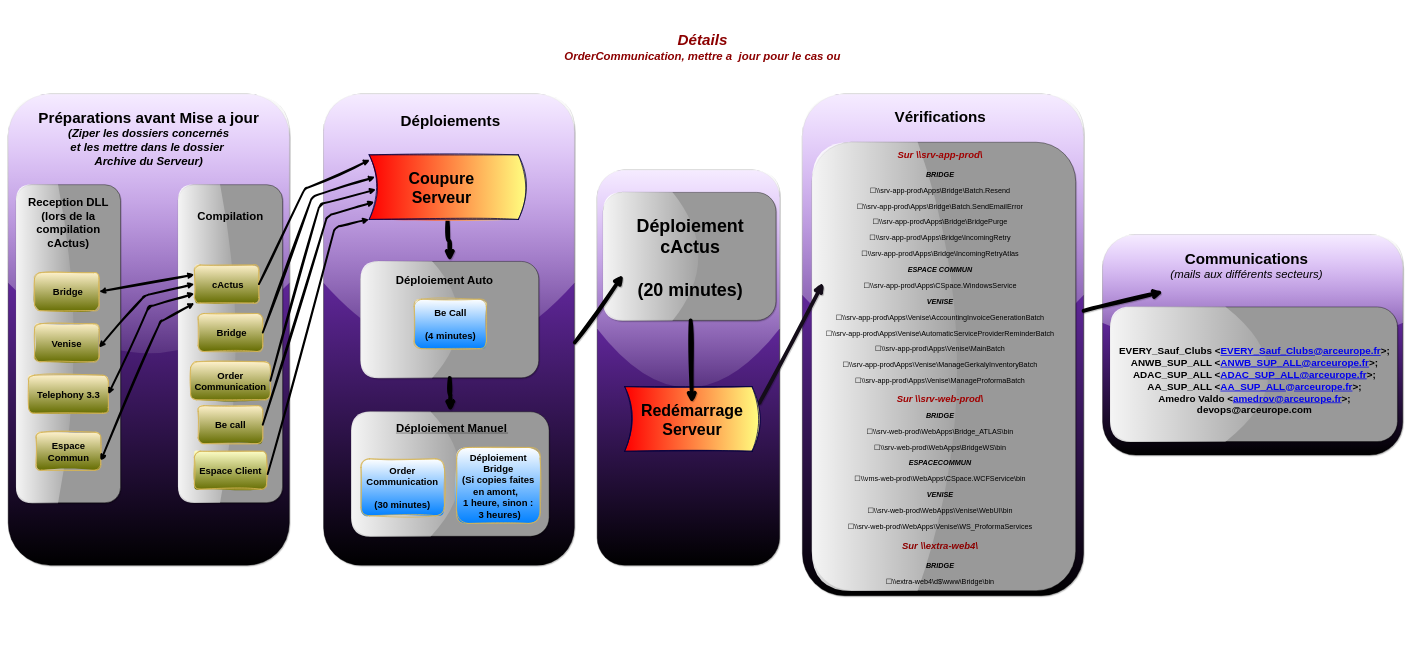
Above: Suivi MEP.drawio in MarcSyndrome/Objectif-du-jour-ARC-EF (draw.io), before the change. Source tidied: cells renumbered, new cells numbered last; positions are measured from the earlier drawing's top-left corner, leaving out a move shared by most shapes. Both pictures are drawn from the tidied source at 38%, with x=0, y=0 at pixel (-91, 6).
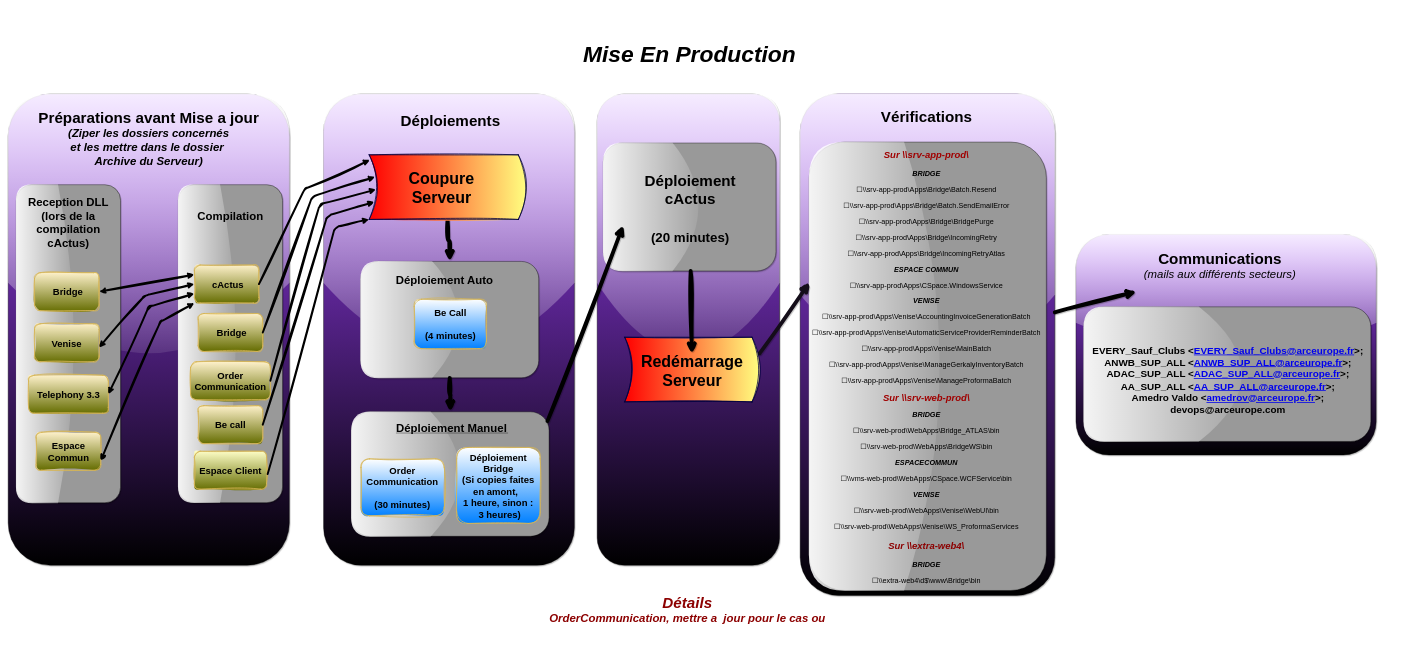
Above is the later version.

Commit message (it also covers changes not shown here):
Mettre à jour Suivi MEP.drawio

The change refers to these unchanged cells:
```xml
<mxCell id="4" style="rounded=1;whiteSpace=wrap;html=1;glass=1;shadow=1;fillColor=#9f40ff;fillStyle=auto;gradientColor=default;" parent="1" vertex="1">
  <mxGeometry x="1090" y="230" width="660" height="1240" as="geometry" />
</mxCell>
<mxCell id="6" style="rounded=1;whiteSpace=wrap;html=1;rotation=-90;fillColor=#999999;shadow=1;glass=1;" parent="1" vertex="1">
  <mxGeometry x="1259.7" y="970" width="327.5" height="520" as="geometry" />
</mxCell>
```

What changed in the source:
```diff
@@
     <mxCell id="2" style="rounded=1;whiteSpace=wrap;html=1;glass=1;shadow=1;fillColor=#9f40ff;fillStyle=auto;gradientColor=default;" parent="1" vertex="1">
-      <mxGeometry x="1810" y="430" width="480" height="1040" as="geometry" />
+      <mxGeometry x="1810" y="230" width="480" height="1240" as="geometry" />
     </mxCell>
     <mxCell id="3" style="rounded=1;whiteSpace=wrap;html=1;glass=1;shadow=1;fillColor=#9f40ff;fillStyle=auto;gradientColor=default;" parent="1" vertex="1">
-      <mxGeometry x="3140" y="600" width="790" height="580" as="geometry" />
+      <mxGeometry x="3070" y="599.6" width="790" height="580" as="geometry" />
     </mxCell>
@@
     <mxCell id="37" style="rounded=1;whiteSpace=wrap;html=1;glass=1;shadow=1;fillColor=#9f40ff;fillStyle=auto;gradientColor=default;" parent="1" vertex="1">
-      <mxGeometry x="2350" y="230" width="740" height="1320" as="geometry" />
+      <mxGeometry x="2344.2" y="229.5" width="670" height="1320" as="geometry" />
     </mxCell>
     <mxCell id="38" value="&lt;div&gt;&lt;b&gt;&lt;font style=&quot;font-size: 40px;&quot;&gt;Vérifications&lt;/font&gt;&lt;/b&gt;&lt;/div&gt;" style="text;html=1;strokeColor=none;fillColor=none;align=center;verticalAlign=middle;whiteSpace=wrap;rounded=1;" parent="1" vertex="1">
-      <mxGeometry x="2528.8" y="220" width="367.5" height="140" as="geometry" />
+      <mxGeometry x="2492.9" y="219.5" width="367.5" height="140" as="geometry" />
     </mxCell>
     <mxCell id="39" style="rounded=1;whiteSpace=wrap;html=1;rotation=-90;fillColor=#999999;shadow=1;glass=1;" parent="1" vertex="1">
-      <mxGeometry x="2132.5" y="600" width="1180" height="693.7" as="geometry" />
+      <mxGeometry x="2090" y="634.3" width="1180" height="624.1" as="geometry" />
     </mxCell>
     <mxCell id="40" value="&lt;p align=&quot;center&quot; style=&quot;font-size: 25px;&quot;&gt;&lt;font color=&quot;#a00000&quot;&gt;&lt;b&gt;&lt;font style=&quot;font-size: 25px;&quot;&gt;&lt;i&gt;&lt;font style=&quot;font-size: 25px;&quot;&gt;Sur \\srv-app-prod\&lt;/font&gt;&lt;/i&gt;&lt;/font&gt;&lt;/b&gt;&lt;/font&gt;&lt;/p&gt;&lt;p align=&quot;center&quot; style=&quot;font-size: 19px;&quot;&gt;&lt;b&gt;&lt;font style=&quot;font-size: 19px;&quot;&gt;&lt;span lang=&quot;EN-GB&quot;&gt;&lt;i&gt;BRIDGE&lt;/i&gt;&lt;/span&gt;&lt;/font&gt;&lt;/b&gt;&lt;/p&gt;&lt;p align=&quot;center&quot; style=&quot;font-size: 19px;&quot;&gt;&lt;font style=&quot;font-size: 19px;&quot;&gt;&lt;font style=&quot;font-size: 19px;&quot;&gt;&lt;span lang=&quot;EN-GB&quot;&gt;&lt;span lang=&quot;FR&quot;&gt;☐&lt;/span&gt;&lt;/span&gt;&lt;a&gt;&lt;span lang=&quot;EN-GB&quot;&gt;\\srv-app-prod\Apps\Bridge\Batch.Resend&lt;/span&gt;&lt;/a&gt;&lt;/font&gt;&lt;/font&gt;&lt;/p&gt;&lt;p align=&quot;center&quot; style=&quot;font-size: 19px;&quot;&gt;&lt;font style=&quot;font-size: 19px;&quot;&gt;&lt;font style=&quot;font-size: 19px;&quot;&gt;&lt;span lang=&quot;EN-GB&quot;&gt;&lt;span lang=&quot;FR&quot;&gt;☐&lt;/span&gt;&lt;/span&gt;&lt;a&gt;&lt;span lang=&quot;EN-GB&quot;&gt;\\srv-app-prod\Apps\Bridge\Batch.SendEmailError&lt;/span&gt;&lt;/a&gt;&lt;/font&gt;&lt;/font&gt;&lt;/p&gt;&lt;p align=&quot;center&quot; style=&quot;font-size: 19px;&quot;&gt;&lt;font style=&quot;font-size: 19px;&quot;&gt;&lt;font style=&quot;font-size: 19px;&quot;&gt;&lt;span lang=&quot;EN-GB&quot;&gt;&lt;span lang=&quot;FR&quot;&gt;☐&lt;/span&gt;&lt;/span&gt;&lt;a&gt;&lt;span lang=&quot;EN-GB&quot;&gt;\\srv-app-prod\Apps\Bridge\BridgePurge&lt;/span&gt;&lt;/a&gt;&lt;/font&gt;&lt;/font&gt;&lt;/p&gt;&lt;p align=&quot;center&quot; style=&quot;font-size: 19px;&quot;&gt;&lt;font style=&quot;font-size: 19px;&quot;&gt;&lt;font style=&quot;font-size: 19px;&quot;&gt;&lt;span lang=&quot;EN-GB&quot;&gt;&lt;span lang=&quot;FR&quot;&gt;☐&lt;/span&gt;&lt;/span&gt;&lt;a&gt;&lt;span lang=&quot;EN-GB&quot;&gt;\\srv-app-prod\Apps\Bridge\IncomingRetry&lt;/span&gt;&lt;/a&gt;&lt;/font&gt;&lt;/font&gt;&lt;/p&gt;&lt;p align=&quot;center&quot; style=&quot;font-size: 19px;&quot;&gt;&lt;font style=&quot;font-size: 19px;&quot;&gt;&lt;font style=&quot;font-size: 19px;&quot;&gt;&lt;span lang=&quot;EN-GB&quot;&gt;&lt;span lang=&quot;FR&quot;&gt;☐&lt;/span&gt;&lt;/span&gt;&lt;a&gt;&lt;span lang=&quot;EN-GB&quot;&gt;\\srv-app-prod\Apps\Bridge\IncomingRetryAtlas&lt;/span&gt;&lt;/a&gt;&lt;/font&gt;&lt;/font&gt;&lt;/p&gt;&lt;p align=&quot;center&quot; style=&quot;font-size: 19px;&quot;&gt;&lt;b&gt;&lt;font style=&quot;font-size: 19px;&quot;&gt;&lt;font style=&quot;font-size: 19px;&quot;&gt;&lt;span lang=&quot;EN-GB&quot;&gt;&lt;i&gt;ESPACE COMMUN&lt;/i&gt;&lt;/span&gt;&lt;/font&gt;&lt;/font&gt;&lt;/b&gt;&lt;/p&gt;&lt;p align=&quot;center&quot; style=&quot;font-size: 19px;&quot;&gt;&lt;font style=&quot;font-size: 19px;&quot;&gt;&lt;font style=&quot;font-size: 19px;&quot;&gt;&lt;span lang=&quot;EN-GB&quot;&gt;&lt;span lang=&quot;FR&quot;&gt;☐&lt;/span&gt;&lt;/span&gt;&lt;a&gt;&lt;span lang=&quot;EN-GB&quot;&gt;\\srv-app-prod\Apps\CSpace.WindowsService&lt;/span&gt;&lt;/a&gt;&lt;/font&gt;&lt;/font&gt;&lt;/p&gt;&lt;p align=&quot;center&quot; style=&quot;font-size: 19px;&quot;&gt;&lt;font style=&quot;font-size: 19px;&quot;&gt;&lt;span lang=&quot;EN-GB&quot;&gt;&lt;i&gt;&lt;b&gt;VENISE&lt;/b&gt;&lt;/i&gt;&lt;/span&gt;&lt;/font&gt;&lt;/p&gt;&lt;p align=&quot;center&quot; style=&quot;font-size: 19px;&quot;&gt;&lt;font style=&quot;font-size: 19px;&quot;&gt;&lt;font style=&quot;font-size: 19px;&quot;&gt;&lt;span lang=&quot;EN-GB&quot;&gt;&lt;span lang=&quot;FR&quot;&gt;☐&lt;/span&gt;&lt;/span&gt;&lt;a&gt;&lt;span lang=&quot;EN-GB&quot;&gt;\\srv-app-prod\Apps\Venise\AccountingInvoiceGenerationBatch&lt;/span&gt;&lt;/a&gt;&lt;/font&gt;&lt;/font&gt;&lt;/p&gt;&lt;p align=&quot;center&quot; style=&quot;font-size: 19px;&quot;&gt;&lt;font style=&quot;font-size: 19px;&quot;&gt;&lt;font style=&quot;font-size: 19px;&quot;&gt;&lt;span lang=&quot;EN-GB&quot;&gt;&lt;span lang=&quot;FR&quot;&gt;☐&lt;/span&gt;&lt;/span&gt;&lt;a&gt;&lt;span lang=&quot;EN-GB&quot;&gt;\\srv-app-prod\Apps\Venise\AutomaticServiceProviderReminderBatch&lt;/span&gt;&lt;/a&gt;&lt;/font&gt;&lt;/font&gt;&lt;/p&gt;&lt;p align=&quot;center&quot; style=&quot;font-size: 19px;&quot;&gt;&lt;font style=&quot;font-size: 19px;&quot;&gt;&lt;font style=&quot;font-size: 19px;&quot;&gt;&lt;span lang=&quot;EN-GB&quot;&gt;&lt;span lang=&quot;FR&quot;&gt;☐&lt;/span&gt;&lt;/span&gt;&lt;a&gt;&lt;span lang=&quot;EN-GB&quot;&gt;\\srv-app-prod\Apps\Venise\MainBatch&lt;/span&gt;&lt;/a&gt;&lt;/font&gt;&lt;/font&gt;&lt;/p&gt;&lt;p align=&quot;center&quot; style=&quot;font-size: 19px;&quot;&gt;&lt;font style=&quot;font-size: 19px;&quot;&gt;&lt;font style=&quot;font-size: 19px;&quot;&gt;&lt;span lang=&quot;EN-GB&quot;&gt;&lt;span lang=&quot;FR&quot;&gt;☐&lt;/span&gt;&lt;/span&gt;&lt;a&gt;&lt;span lang=&quot;EN-GB&quot;&gt;\\srv-app-prod\Apps\Venise\ManageGerkalyInventoryBatch&lt;/span&gt;&lt;/a&gt;&lt;/font&gt;&lt;/font&gt;&lt;/p&gt;&lt;p align=&quot;center&quot; style=&quot;font-size: 19px;&quot;&gt;&lt;font style=&quot;font-size: 19px;&quot;&gt;&lt;font style=&quot;font-size: 19px;&quot;&gt;&lt;span lang=&quot;EN-GB&quot;&gt;&lt;span lang=&quot;FR&quot;&gt;☐&lt;/span&gt;&lt;/span&gt;&lt;a&gt;&lt;span lang=&quot;EN-GB&quot;&gt;\\srv-app-prod\Apps\Venise\ManageProformaBatch&lt;/span&gt;&lt;/a&gt;&lt;/font&gt;&lt;/font&gt;&lt;/p&gt;&lt;p align=&quot;center&quot; style=&quot;font-size: 19px;&quot;&gt;&lt;font color=&quot;#a00000&quot;&gt;&lt;b&gt;&lt;font size=&quot;1&quot;&gt;&lt;i&gt;&lt;font&gt;&lt;font&gt;&lt;span style=&quot;font-size: 25px;&quot; lang=&quot;EN-GB&quot;&gt;Sur \\srv-web-prod\&lt;/span&gt;&lt;/font&gt;&lt;/font&gt;&lt;/i&gt;&lt;/font&gt;&lt;/b&gt;&lt;/font&gt;&lt;/p&gt;&lt;p align=&quot;center&quot; style=&quot;font-size: 19px;&quot;&gt;&lt;font style=&quot;font-size: 19px;&quot;&gt;&lt;span lang=&quot;EN-GB&quot;&gt;&lt;i&gt;&lt;b&gt;BRIDGE&lt;/b&gt;&lt;/i&gt;&lt;/span&gt;&lt;/font&gt;&lt;/p&gt;&lt;p align=&quot;center&quot; style=&quot;font-size: 19px;&quot;&gt;&lt;font style=&quot;font-size: 19px;&quot;&gt;&lt;font style=&quot;font-size: 19px;&quot;&gt;&lt;span lang=&quot;EN-GB&quot;&gt;&lt;span lang=&quot;FR&quot;&gt;☐&lt;/span&gt;&lt;/span&gt;&lt;a&gt;&lt;span lang=&quot;EN-GB&quot;&gt;\\srv-web-prod\WebApps\Bridge_ATLAS\bin&lt;/span&gt;&lt;/a&gt;&lt;/font&gt;&lt;/font&gt;&lt;/p&gt;&lt;p align=&quot;center&quot; style=&quot;font-size: 19px;&quot;&gt;&lt;font style=&quot;font-size: 19px;&quot;&gt;&lt;font style=&quot;font-size: 19px;&quot;&gt;&lt;span lang=&quot;EN-GB&quot;&gt;&lt;span lang=&quot;FR&quot;&gt;☐&lt;/span&gt;&lt;/span&gt;&lt;a&gt;&lt;span lang=&quot;EN-GB&quot;&gt;\\srv-web-prod\WebApps\BridgeWS\bin&lt;/span&gt;&lt;/a&gt;&lt;/font&gt;&lt;/font&gt;&lt;/p&gt;&lt;p align=&quot;center&quot; style=&quot;font-size: 19px;&quot;&gt;&lt;b&gt;&lt;font style=&quot;font-size: 19px;&quot;&gt;&lt;font style=&quot;font-size: 19px;&quot;&gt;&lt;span lang=&quot;EN-GB&quot;&gt;&lt;i&gt;ESPACECOMMUN&lt;/i&gt;&lt;/span&gt;&lt;/font&gt;&lt;/font&gt;&lt;/b&gt;&lt;/p&gt;&lt;p align=&quot;center&quot; style=&quot;font-size: 19px;&quot;&gt;&lt;font style=&quot;font-size: 19px;&quot;&gt;&lt;font style=&quot;font-size: 19px;&quot;&gt;&lt;span lang=&quot;EN-GB&quot;&gt;&lt;span lang=&quot;FR&quot;&gt;☐&lt;/span&gt;&lt;/span&gt;&lt;a&gt;&lt;span lang=&quot;EN-GB&quot;&gt;\\vms-web-prod\WebApps\CSpace.WCFService\bin&lt;/span&gt;&lt;/a&gt;&lt;/font&gt;&lt;/font&gt;&lt;/p&gt;&lt;p align=&quot;center&quot; style=&quot;font-size: 19px;&quot;&gt;&lt;b&gt;&lt;font style=&quot;font-size: 19px;&quot;&gt;&lt;span lang=&quot;EN-GB&quot;&gt;&lt;i&gt;VENISE&lt;/i&gt;&lt;/span&gt;&lt;/font&gt;&lt;/b&gt;&lt;/p&gt;&lt;p align=&quot;center&quot; style=&quot;font-size: 19px;&quot;&gt;&lt;font style=&quot;font-size: 19px;&quot;&gt;&lt;font style=&quot;font-size: 19px;&quot;&gt;&lt;span lang=&quot;EN-GB&quot;&gt;&lt;span lang=&quot;FR&quot;&gt;☐&lt;/span&gt;&lt;/span&gt;&lt;a&gt;&lt;span lang=&quot;EN-GB&quot;&gt;\\srv-web-prod\WebApps\Venise\WebUI\bin&lt;/span&gt;&lt;/a&gt;&lt;/font&gt;&lt;/font&gt;&lt;/p&gt;&lt;p align=&quot;center&quot; style=&quot;font-size: 19px;&quot;&gt;&lt;font style=&quot;font-size: 19px;&quot;&gt;&lt;font style=&quot;font-size: 19px;&quot;&gt;&lt;span lang=&quot;EN-GB&quot;&gt;&lt;span lang=&quot;FR&quot;&gt;☐&lt;/span&gt;&lt;/span&gt;&lt;a&gt;&lt;span lang=&quot;EN-GB&quot;&gt;\\srv-web-prod\WebApps\Venise\WS_ProformaServices&lt;/span&gt;&lt;/a&gt;&lt;/font&gt;&lt;/font&gt;&lt;/p&gt;&lt;p align=&quot;center&quot; style=&quot;font-size: 25px;&quot;&gt;&lt;b&gt;&lt;font color=&quot;#8c0000&quot; style=&quot;font-size: 25px;&quot;&gt;&lt;font style=&quot;font-size: 25px;&quot;&gt;&lt;span lang=&quot;EN-GB&quot;&gt;&lt;i&gt;Sur \\extra-web4\&lt;/i&gt;&lt;/span&gt;&lt;/font&gt;&lt;/font&gt;&lt;/b&gt;&lt;/p&gt;&lt;p align=&quot;center&quot; style=&quot;font-size: 19px;&quot;&gt;&lt;font style=&quot;font-size: 19px;&quot;&gt;&lt;span lang=&quot;EN-GB&quot;&gt;&lt;i&gt;&lt;b&gt;BRIDGE&lt;/b&gt;&lt;/i&gt;&lt;/span&gt;&lt;/font&gt;&lt;/p&gt;&lt;p align=&quot;center&quot; style=&quot;font-size: 19px;&quot;&gt;&lt;font style=&quot;font-size: 19px;&quot;&gt;&lt;font style=&quot;font-size: 19px;&quot;&gt;&lt;span lang=&quot;EN-GB&quot;&gt;&lt;span lang=&quot;FR&quot;&gt;☐&lt;/span&gt;&lt;/span&gt;&lt;a&gt;&lt;span lang=&quot;EN-GB&quot;&gt;\\extra-web4\d$\www\Bridge\bin&lt;/span&gt;&lt;/a&gt;&lt;/font&gt;&lt;/font&gt;&lt;/p&gt;" style="text;html=1;strokeColor=none;fillColor=none;align=center;verticalAlign=middle;whiteSpace=wrap;rounded=1;" parent="1" vertex="1">
-      <mxGeometry x="2405" y="505.1" width="615" height="883.4" as="geometry" />
+      <mxGeometry x="2369.2" y="504.6" width="615" height="883.4" as="geometry" />
     </mxCell>
@@
     <mxCell id="42" style="shape=dataStorage;whiteSpace=wrap;html=1;fixedSize=1;rotation=-180;gradientColor=#ff0000;fillColor=#ffff80;gradientDirection=east;shadow=0;strokeWidth=2;strokeColor=#000040;sketch=1;curveFitting=1;jiggle=2;rounded=1;" parent="1" vertex="1">
-      <mxGeometry x="1882.5" y="1000" width="355" height="170" as="geometry" />
+      <mxGeometry x="1882.5" y="870" width="355" height="170" as="geometry" />
     </mxCell>
     <mxCell id="43" value="&lt;div&gt;&lt;b&gt;&lt;font style=&quot;font-size: 40px;&quot;&gt;Communications&lt;/font&gt;&lt;/b&gt;&lt;/div&gt;&lt;font size=&quot;1&quot;&gt;&lt;i style=&quot;font-size: 30px;&quot;&gt;(mails aux différents secteurs)&lt;/i&gt;&lt;/font&gt;" style="text;html=1;strokeColor=none;fillColor=none;align=center;verticalAlign=middle;whiteSpace=wrap;rounded=1;" parent="1" vertex="1">
-      <mxGeometry x="3300" y="610" width="437.5" height="140" as="geometry" />
+      <mxGeometry x="3230" y="609.6" width="437.5" height="140" as="geometry" />
     </mxCell>
@@
     <mxCell id="45" style="rounded=1;whiteSpace=wrap;html=1;rotation=-90;fillColor=#999999;shadow=1;glass=1;" parent="1" vertex="1">
-      <mxGeometry x="3361.2" y="589.7" width="354.2" height="755.4" as="geometry" />
+      <mxGeometry x="3291.2" y="589.4" width="354.2" height="755.4" as="geometry" />
     </mxCell>
     <mxCell id="46" value="&lt;font style=&quot;font-size: 26px;&quot;&gt;&lt;b&gt;&lt;font style=&quot;font-size: 26px;&quot;&gt;EVERY_Sauf_Clubs &amp;lt;&lt;a href=&quot;mailto:EVERY_Sauf_Clubs@arceurope.fr&quot;&gt;EVERY_Sauf_Clubs@arceurope.fr&lt;/a&gt;&amp;gt;;&lt;br&gt;ANWB_SUP_ALL &amp;lt;&lt;a href=&quot;mailto:ANWB_SUP_ALL@arceurope.fr&quot;&gt;ANWB_SUP_ALL@arceurope.fr&lt;/a&gt;&amp;gt;;&lt;br&gt;ADAC_SUP_ALL &amp;lt;&lt;a href=&quot;mailto:ADAC_SUP_ALL@arceurope.fr&quot;&gt;ADAC_SUP_ALL@arceurope.fr&lt;/a&gt;&amp;gt;;&lt;br&gt;AA_SUP_ALL &amp;lt;&lt;a href=&quot;mailto:AA_SUP_ALL@arceurope.fr&quot;&gt;AA_SUP_ALL@arceurope.fr&lt;/a&gt;&amp;gt;;&lt;br&gt;Amedro Valdo &amp;lt;&lt;a href=&quot;mailto:amedrov@arceurope.fr&quot;&gt;amedrov@arceurope.fr&lt;/a&gt;&amp;gt;;&lt;br&gt;&lt;/font&gt;&lt;/b&gt;&lt;/font&gt;&lt;div style=&quot;font-size: 26px;&quot;&gt;&lt;font style=&quot;font-size: 26px;&quot;&gt;&lt;b&gt;&lt;font style=&quot;font-size: 26px;&quot;&gt;devops@arceurope.com&lt;/font&gt;&lt;/b&gt;&lt;/font&gt;&lt;/div&gt;" style="text;html=1;strokeColor=none;fillColor=none;align=center;verticalAlign=middle;whiteSpace=wrap;rounded=1;" parent="1" vertex="1">
-      <mxGeometry x="3170" y="833.7" width="740" height="300" as="geometry" />
+      <mxGeometry x="3100" y="833.4" width="740" height="300" as="geometry" />
     </mxCell>
     <mxCell id="47" value="&lt;div style=&quot;font-size: 30px;&quot;&gt;&lt;font color=&quot;#8c0000&quot;&gt;&lt;i&gt;&lt;b&gt;&lt;font style=&quot;font-size: 40px;&quot;&gt;Détails&lt;/font&gt;&lt;/b&gt;&lt;/i&gt;&lt;/font&gt;&lt;/div&gt;&lt;div style=&quot;font-size: 30px;&quot;&gt;&lt;font color=&quot;#8c0000&quot;&gt;&lt;i&gt;&lt;b&gt;&lt;font style=&quot;font-size: 30px;&quot;&gt;OrderCommunication, mettre a&amp;nbsp; jour pour le cas ou&lt;br&gt;&lt;/font&gt;&lt;/b&gt;&lt;/i&gt;&lt;/font&gt;&lt;/div&gt;" style="text;html=1;strokeColor=none;fillColor=none;align=center;verticalAlign=middle;whiteSpace=wrap;rounded=1;" parent="1" vertex="1">
-      <mxGeometry x="1510" width="1155" height="210" as="geometry" />
+      <mxGeometry x="1470" y="1480" width="1155" height="210" as="geometry" />
     </mxCell>
@@
     <mxCell id="52" style="rounded=1;whiteSpace=wrap;html=1;rotation=-90;fillColor=#999999;shadow=1;glass=1;" parent="1" vertex="1">
-      <mxGeometry x="1885" y="430" width="336.8" height="454.4" as="geometry" />
+      <mxGeometry x="1885" y="300" width="336.8" height="454.4" as="geometry" />
     </mxCell>
-    <mxCell id="53" value="&lt;div style=&quot;font-size: 47px;&quot;&gt;&lt;font style=&quot;font-size: 47px;&quot;&gt;&lt;b&gt;&lt;font style=&quot;font-size: 47px;&quot;&gt;Déploiement cActus&lt;/font&gt;&lt;/b&gt;&lt;/font&gt;&lt;/div&gt;&lt;div style=&quot;font-size: 47px;&quot;&gt;&lt;font style=&quot;font-size: 47px;&quot;&gt;&lt;b&gt;&lt;font style=&quot;font-size: 47px;&quot;&gt;&lt;br&gt;&lt;font style=&quot;font-size: 47px;&quot;&gt; &lt;/font&gt;&lt;/font&gt;&lt;/b&gt;&lt;/font&gt;&lt;/div&gt;&lt;div style=&quot;font-size: 47px;&quot;&gt;&lt;font style=&quot;font-size: 47px;&quot;&gt;&lt;b&gt;&lt;font style=&quot;font-size: 47px;&quot;&gt;&lt;font style=&quot;font-size: 47px;&quot;&gt;(20 minutes)&lt;/font&gt;&lt;/font&gt;&lt;/b&gt;&lt;/font&gt;&lt;/div&gt;" style="text;html=1;strokeColor=none;fillColor=none;align=center;verticalAlign=middle;whiteSpace=wrap;rounded=1;" parent="1" vertex="1">
-      <mxGeometry x="1885" y="511" width="340" height="300" as="geometry" />
+    <mxCell id="53" value="&lt;div style=&quot;font-size: 40px;&quot;&gt;&lt;font style=&quot;font-size: 40px;&quot;&gt;&lt;b&gt;&lt;font style=&quot;font-size: 40px;&quot;&gt;Déploiement cActus&lt;/font&gt;&lt;/b&gt;&lt;/font&gt;&lt;/div&gt;&lt;div style=&quot;font-size: 47px;&quot;&gt;&lt;font style=&quot;font-size: 47px;&quot;&gt;&lt;b&gt;&lt;font style=&quot;font-size: 47px;&quot;&gt;&lt;br&gt;&lt;font style=&quot;font-size: 47px;&quot;&gt; &lt;/font&gt;&lt;/font&gt;&lt;/b&gt;&lt;/font&gt;&lt;/div&gt;&lt;div style=&quot;font-size: 35px;&quot;&gt;&lt;font style=&quot;font-size: 35px;&quot;&gt;&lt;b&gt;&lt;font style=&quot;font-size: 35px;&quot;&gt;&lt;font style=&quot;font-size: 35px;&quot;&gt;(20 minutes)&lt;/font&gt;&lt;/font&gt;&lt;/b&gt;&lt;/font&gt;&lt;/div&gt;" style="text;html=1;strokeColor=none;fillColor=none;align=center;verticalAlign=middle;whiteSpace=wrap;rounded=1;" parent="1" vertex="1">
+      <mxGeometry x="1885" y="381" width="340" height="300" as="geometry" />
     </mxCell>
     <mxCell id="54" value="&lt;font style=&quot;font-size: 42px;&quot;&gt;&lt;br&gt;&lt;/font&gt;&lt;div align=&quot;center&quot;&gt;&lt;font style=&quot;font-size: 42px;&quot;&gt;&lt;b&gt;&lt;font style=&quot;font-size: 42px;&quot;&gt;Redémarrage Serveur&lt;/font&gt;&lt;/b&gt;&lt;/font&gt;&lt;br&gt;&lt;/div&gt;&lt;font style=&quot;font-size: 42px;&quot;&gt;&lt;br&gt;&lt;/font&gt;" style="text;html=1;strokeColor=none;fillColor=none;align=center;verticalAlign=middle;whiteSpace=wrap;rounded=1;" parent="1" vertex="1">
-      <mxGeometry x="1895" y="1043.7" width="330" height="90" as="geometry" />
+      <mxGeometry x="1895" y="913.7" width="330" height="90" as="geometry" />
     </mxCell>
@@
-    <mxCell id="56" style="endArrow=classic;html=1;rounded=1;strokeWidth=10;exitX=1.002;exitY=0.527;exitDx=0;exitDy=0;exitPerimeter=0;entryX=-0.018;entryY=0.647;entryDx=0;entryDy=0;sketch=1;curveFitting=1;jiggle=2;shadow=1;entryPerimeter=0;" parent="1" edge="1" source="4" target="53">
+    <mxCell id="56" style="endArrow=classic;html=1;rounded=1;strokeWidth=10;exitX=0.927;exitY=0.992;exitDx=0;exitDy=0;exitPerimeter=0;entryX=-0.018;entryY=0.647;entryDx=0;entryDy=0;sketch=1;curveFitting=1;jiggle=2;shadow=1;entryPerimeter=0;" parent="1" edge="1" source="6" target="53">
       <mxGeometry relative="1" as="geometry" />
     </mxCell>
+    <mxCell id="57" value="&lt;font size=&quot;1&quot;&gt;&lt;b&gt;&lt;i&gt;&lt;font style=&quot;font-size: 60px;&quot;&gt;Mise En Production&lt;/font&gt;&lt;/i&gt;&lt;/b&gt;&lt;/font&gt;" style="text;html=1;strokeColor=none;fillColor=none;align=center;verticalAlign=middle;whiteSpace=wrap;rounded=0;" parent="1" vertex="1">
+      <mxGeometry x="1768.4" y="70" width="570" height="110" as="geometry" />
+    </mxCell>
```
